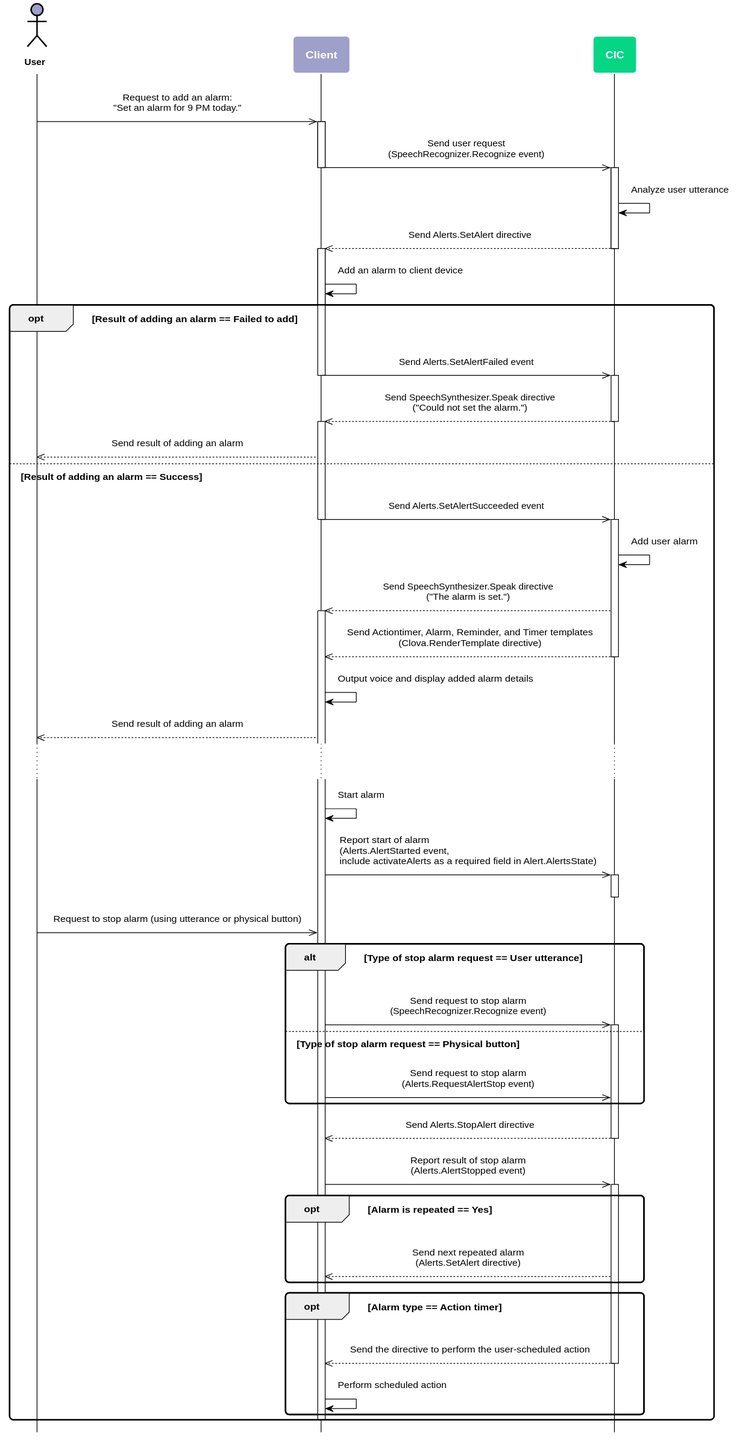
The PlantUML diagram en-KR/Develop/Assets/Images/CIC_Alerts_Work_Flow.svg in muchokwon/clova-client-developer-guide, before a commit.
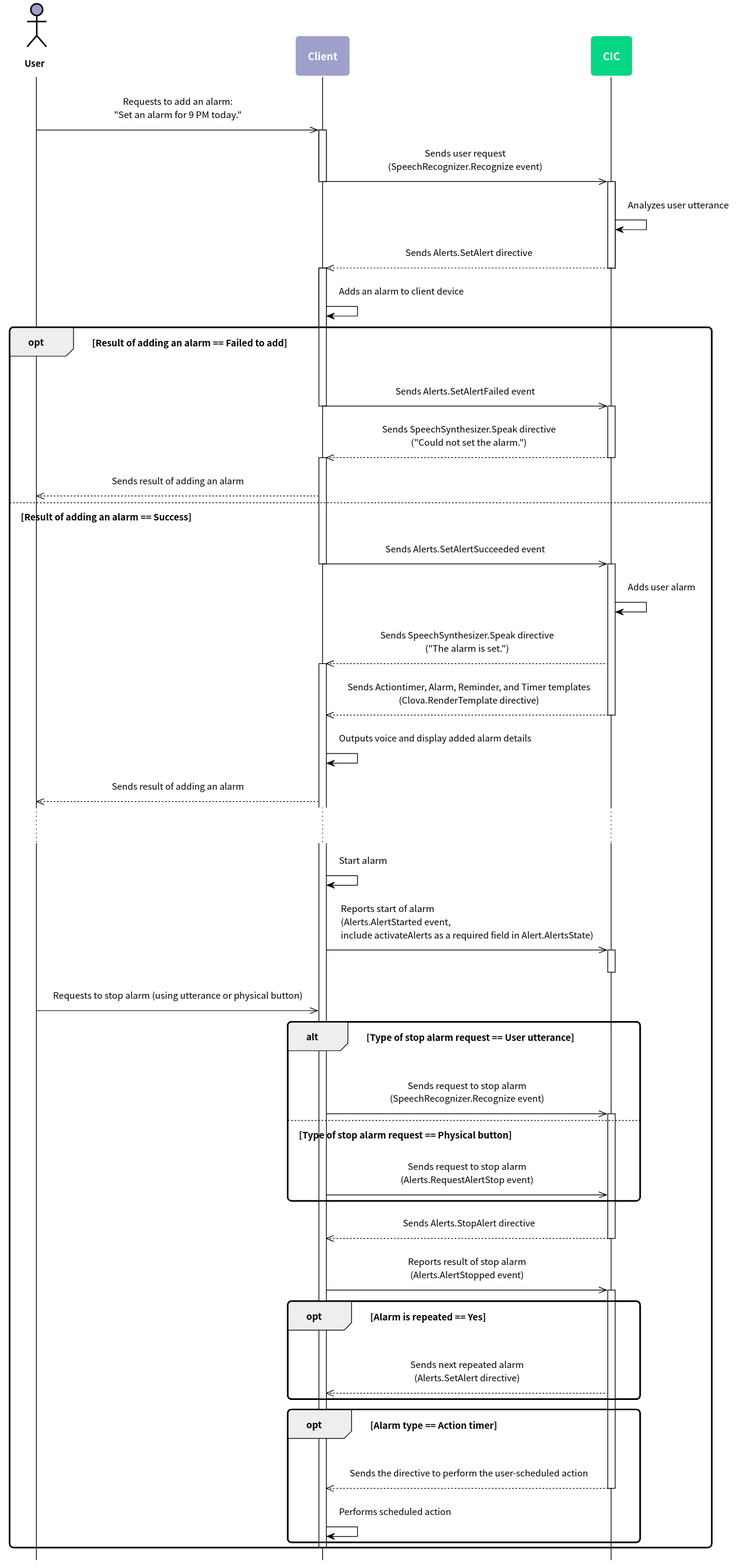
Above is the later version.

Diff of the diagram source:
```diff
@@ -5,124 +5,142 @@
 skinparam roundcorner 10
 skinparam padding 10
 skinparam defaultFontSize 12
+skinparam defaultFontName "Noto Sans CJK KR"
+
+skinparam note {
+  BackgroundColor #9EA0CA
+  BorderColor #ffffff
+  FontColor #ffffff
+  FontSize 14
+  FontStyle bold
+}
+
 skinparam sequence {
-	ArrowColor #000000
-	ActorBorderColor #000000
-	ActorFontStyle Bolder
+  ArrowColor #000000
+  ActorBorderColor #000000
+  ActorFontStyle Bolder
 
-	LifeLineBorderColor #000000
-	LifeLineBackgroundColor transparent
-	ParticipantBorderColor transparent
-	ParticipantFontSize 14
-	ParticipantFontColor #ffffff
-	ParticipantFontStyle bold
 
-	BoxBorderColor #000000
-	BoxFontColor #ffffff
+  LifeLineBorderColor #000000
+  LifeLineBackgroundColor transparent
+  ParticipantBorderColor transparent
+  ParticipantFontSize 14
+  ParticipantFontColor #ffffff
+  ParticipantFontStyle bold
+
+  BoxBorderColor #000000
+  BoxFontColor #ffffff
     BoxFontSize 14
     BoxFontStyle bold
 }
-skinparam note {
-	BackgroundColor #9EA0CA
-	BorderColor #ffffff
-	FontColor #ffffff
-	FontSize 14
-	FontStyle bold
+hide footbox
+
+skinparam activity {
+  BackgroundColor #9EA0CA
+  BarColor #ffffff
+  BorderColor #ffffff
+  DiamondBackgroundColor #05D686
+  DiamondBorderColor #ffffff
+  DiamondFontColor #ffffff
+  DiamondFontSize 14
+  DiamondFontStyle bold
+  FontColor #ffffff
+  FontSize 14
+  FontStyle bold
 }
-hide footbox
 
 actor User as user #9EA0CA
 participant Client as client #9EA0CA
 participant CIC as cic #05D686
 
-user ->> client : Request to add an alarm:\n"Set an alarm for 9 PM today."
+user ->> client : Requests to add an alarm:\n"Set an alarm for 9 PM today."
 
 activate client
-  client ->> cic : Send user request\n(SpeechRecognizer.Recognize event)
+  client ->> cic : Sends user request\n(SpeechRecognizer.Recognize event)
 deactivate client
 
 activate cic
-  cic -> cic : Analyze user utterance
-  cic -->> client : Send Alerts.SetAlert directive
+  cic -> cic : Analyzes user utterance
+  cic -->> client : Sends Alerts.SetAlert directive
 deactivate cic
 
 activate client
-  client -> client : Add an alarm to client device
+  client -> client : Adds an alarm to client device
 
 opt Result of adding an alarm == Failed to add
 
-  client ->> cic : Send Alerts.SetAlertFailed event
+  client ->> cic : Sends Alerts.SetAlertFailed event
   deactivate client
   activate cic
 
-    cic -->> client : Send SpeechSynthesizer.Speak directive\n("Could not set the alarm.")
+    cic -->> client : Sends SpeechSynthesizer.Speak directive\n("Could not set the alarm.")
 
   deactivate cic
 
   activate client
-    client -->> user : Send result of adding an alarm
+    client -->> user : Sends result of adding an alarm
 
 else Result of adding an alarm == Success
 
-  client ->> cic : Send Alerts.SetAlertSucceeded event
+  client ->> cic : Sends Alerts.SetAlertSucceeded event
 
 deactivate client
 
 activate cic
 
-  cic -> cic : Add user alarm
-  cic -->> client : Send SpeechSynthesizer.Speak directive\n("The alarm is set.")
+  cic -> cic : Adds user alarm
+  cic -->> client : Sends SpeechSynthesizer.Speak directive\n("The alarm is set.")
 
 activate client
-  cic -->> client : Send Actiontimer, Alarm, Reminder, and Timer templates\n(Clova.RenderTemplate directive)
+  cic -->> client : Sends Actiontimer, Alarm, Reminder, and Timer templates\n(Clova.RenderTemplate directive)
 deactivate cic
 
-  client -> client : Output voice and display added alarm details
-  client -->> user : Send result of adding an alarm
+  client -> client : Outputs voice and display added alarm details
+  client -->> user : Sends result of adding an alarm
 
 
 ...
 
   client -> client : Start alarm
-  client ->> cic : Report start of alarm\n(Alerts.AlertStarted event,\linclude activateAlerts as a required field in Alert.AlertsState)
+  client ->> cic : Reports start of alarm\n(Alerts.AlertStarted event,\linclude activateAlerts as a required field in Alert.AlertsState)
 
   activate cic
   deactivate cic
 
-  user ->> client : Request to stop alarm (using utterance or physical button)
+  user ->> client : Requests to stop alarm (using utterance or physical button)
 
   alt Type of stop alarm request == User utterance
 
-    client ->> cic : Send request to stop alarm\n(SpeechRecognizer.Recognize event)
+    client ->> cic : Sends request to stop alarm\n(SpeechRecognizer.Recognize event)
 
   activate cic
 
   else Type of stop alarm request == Physical button
 
-    client ->> cic : Send request to stop alarm\n(Alerts.RequestAlertStop event)
+    client ->> cic : Sends request to stop alarm\n(Alerts.RequestAlertStop event)
 
   end
 
-  cic -->> client : Send Alerts.StopAlert directive
+  cic -->> client : Sends Alerts.StopAlert directive
 
   deactivate cic
 
-  client ->> cic : Report result of stop alarm\n(Alerts.AlertStopped event)
+  client ->> cic : Reports result of stop alarm\n(Alerts.AlertStopped event)
 
   activate cic
 
     opt Alarm is repeated == Yes
 
-      cic -->> client : Send next repeated alarm\n(Alerts.SetAlert directive)
+      cic -->> client : Sends next repeated alarm\n(Alerts.SetAlert directive)
     end
 
     opt Alarm type == Action timer
 
-      cic -->> client : Send the directive to perform the user-scheduled action
+      cic -->> client : Sends the directive to perform the user-scheduled action
 
   deactivate cic
 
-      client -> client : Perform scheduled action
+      client -> client : Performs scheduled action
 
     end
 
```
